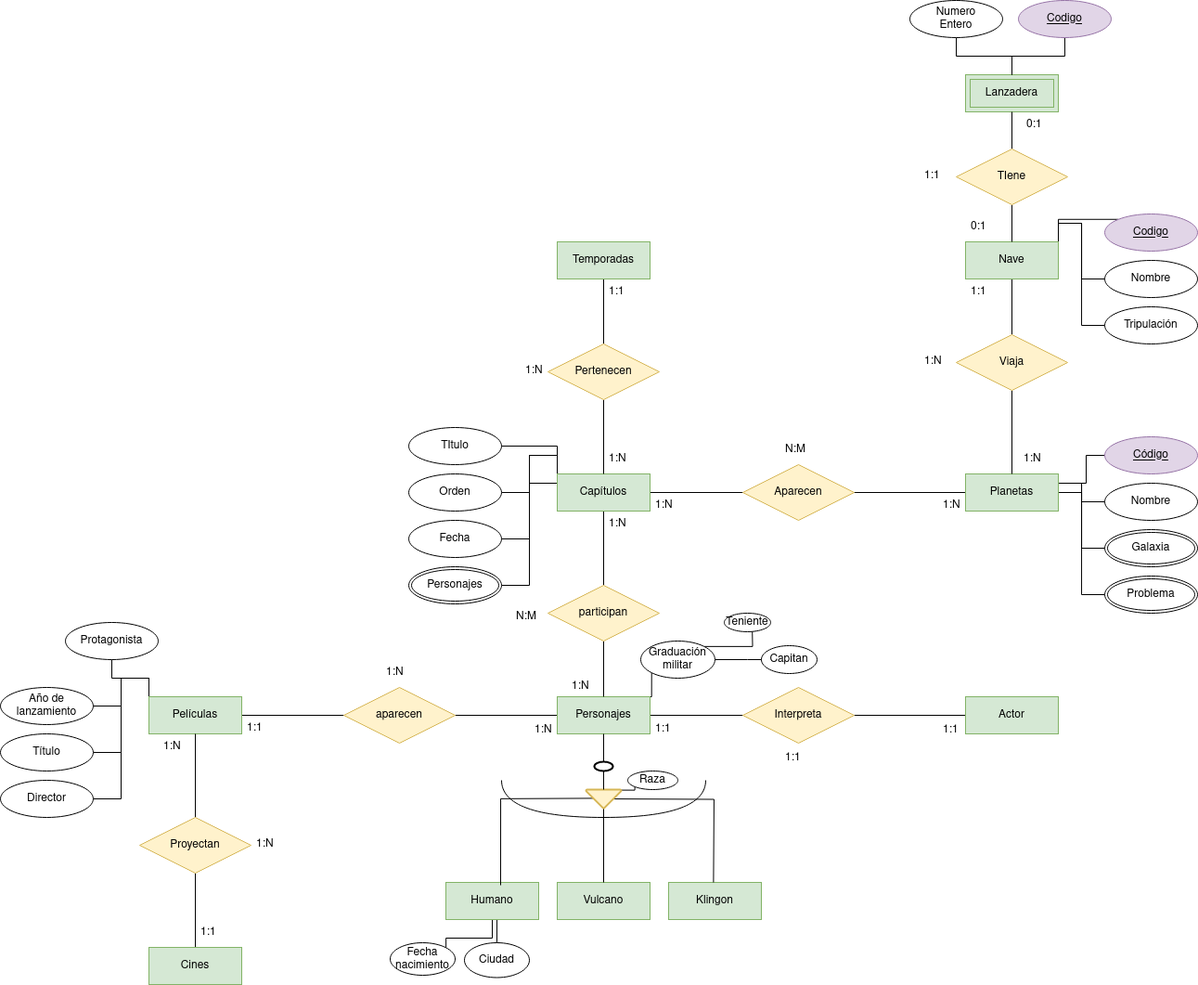
jdrguez/2-Daw keeps this draw.io diagram as Unidad-1/Tareas/Tarea-evaluable3/Diagrama sin título.drawio.png. Above is the earlier version. Source tidied: cells renumbered, new cells last; positions are measured from the earlier drawing's top-left corner, leaving out a move shared by most shapes.
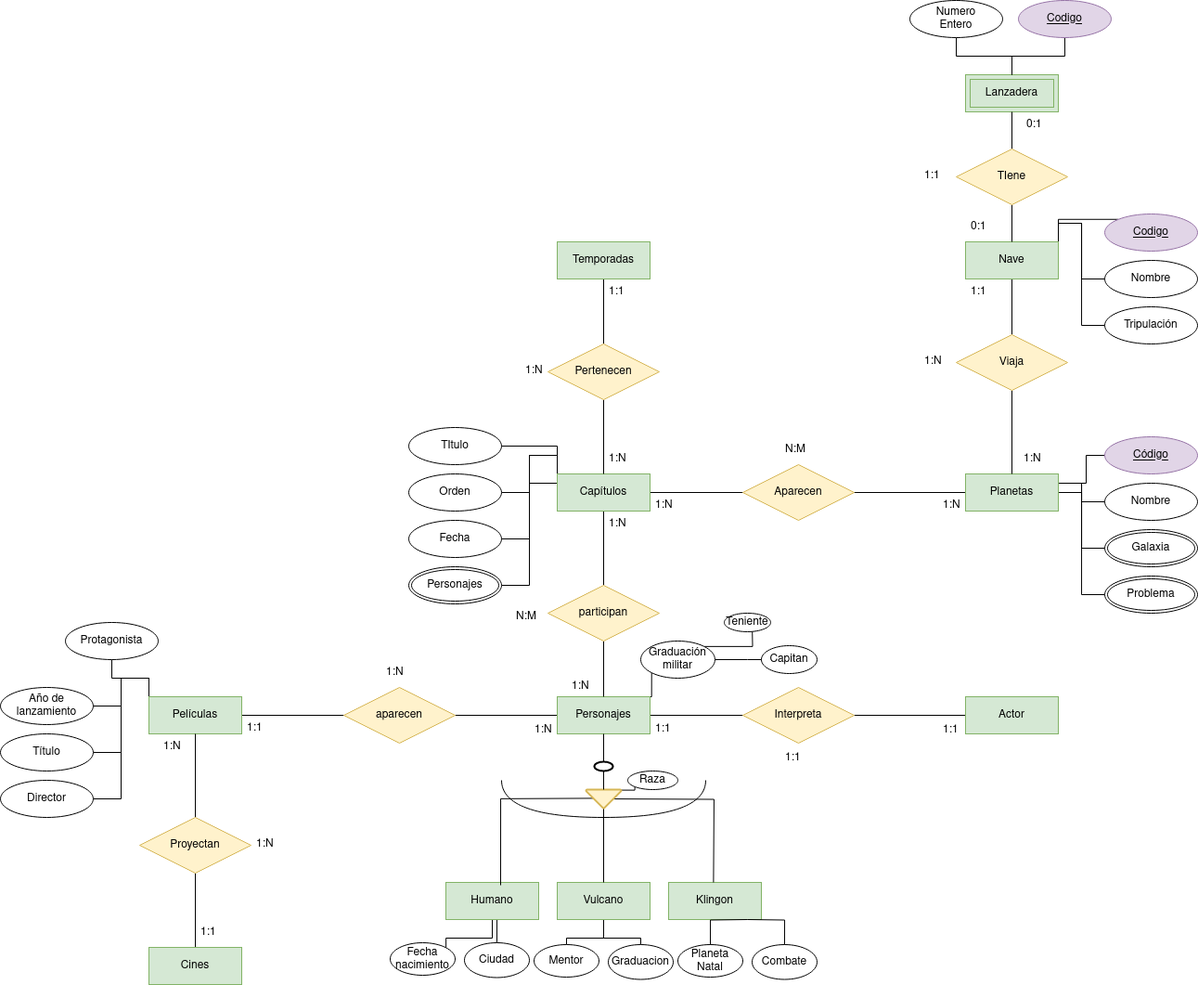
The same file after the commit.

The edit, as a diff of the source:
```diff
@@ -23,6 +23,12 @@
     <mxCell id="8" value="Humano" style="whiteSpace=wrap;html=1;align=center;fillColor=#d5e8d4;strokeColor=#82b366;" parent="1" vertex="1">
       <mxGeometry x="480" y="950" width="100" height="40" as="geometry" />
     </mxCell>
+    <mxCell id="116" style="edgeStyle=orthogonalEdgeStyle;rounded=0;jettySize=auto;html=1;exitX=0.5;exitY=1;exitDx=0;exitDy=0;entryX=0.5;entryY=0;entryDx=0;entryDy=0;endArrow=none;endFill=0;" parent="1" edge="1" source="9" target="118">
+      <mxGeometry relative="1" as="geometry" />
+    </mxCell>
+    <mxCell id="117" style="edgeStyle=orthogonalEdgeStyle;rounded=0;jettySize=auto;html=1;exitX=0.5;exitY=1;exitDx=0;exitDy=0;entryX=0.5;entryY=0;entryDx=0;entryDy=0;endArrow=none;endFill=0;" parent="1" edge="1" source="9" target="119">
+      <mxGeometry relative="1" as="geometry" />
+    </mxCell>
     <mxCell id="9" value="Vulcano" style="whiteSpace=wrap;html=1;align=center;fillColor=#d5e8d4;strokeColor=#82b366;" parent="1" vertex="1">
       <mxGeometry x="600" y="950" width="100" height="40" as="geometry" />
     </mxCell>
@@ -358,5 +364,27 @@
     <mxCell id="115" value="Ciudad" style="ellipse;whiteSpace=wrap;html=1;align=center;" parent="1" vertex="1">
       <mxGeometry x="500" y="1015" width="70" height="37.5" as="geometry" />
     </mxCell>
+    <mxCell id="118" value="Mentor" style="ellipse;whiteSpace=wrap;html=1;align=center;" parent="1" vertex="1">
+      <mxGeometry x="575" y="1017" width="70" height="35" as="geometry" />
+    </mxCell>
+    <mxCell id="119" value="&lt;div&gt;Graduacion&lt;br&gt;&lt;/div&gt;" style="ellipse;whiteSpace=wrap;html=1;align=center;" parent="1" vertex="1">
+      <mxGeometry x="655" y="1017" width="70" height="37.5" as="geometry" />
+    </mxCell>
+    <mxCell id="120" value="Combate" style="ellipse;whiteSpace=wrap;html=1;align=center;" parent="1" vertex="1">
+      <mxGeometry x="810" y="1017" width="70" height="37.5" as="geometry" />
+    </mxCell>
+    <mxCell id="121" value="&lt;div&gt;Planeta&lt;/div&gt;&lt;div&gt;Natal&lt;br&gt;&lt;/div&gt;" style="ellipse;whiteSpace=wrap;html=1;align=center;" parent="1" vertex="1">
+      <mxGeometry x="730" y="1017" width="70" height="35" as="geometry" />
+    </mxCell>
+    <mxCell id="122" style="edgeStyle=orthogonalEdgeStyle;rounded=0;jettySize=auto;html=1;exitX=0.5;exitY=1;exitDx=0;exitDy=0;entryX=0.5;entryY=0;entryDx=0;entryDy=0;endArrow=none;endFill=0;" parent="1" edge="1" target="120">
+      <mxGeometry relative="1" as="geometry">
+        <mxPoint x="805" y="990" as="sourcePoint" />
+      </mxGeometry>
+    </mxCell>
+    <mxCell id="123" style="edgeStyle=orthogonalEdgeStyle;rounded=0;jettySize=auto;html=1;exitX=0.5;exitY=1;exitDx=0;exitDy=0;entryX=0.5;entryY=0;entryDx=0;entryDy=0;endArrow=none;endFill=0;" parent="1" edge="1" target="121">
+      <mxGeometry relative="1" as="geometry">
+        <mxPoint x="805" y="990" as="sourcePoint" />
+      </mxGeometry>
+    </mxCell>
   </root>
 </mxGraphModel>
```
